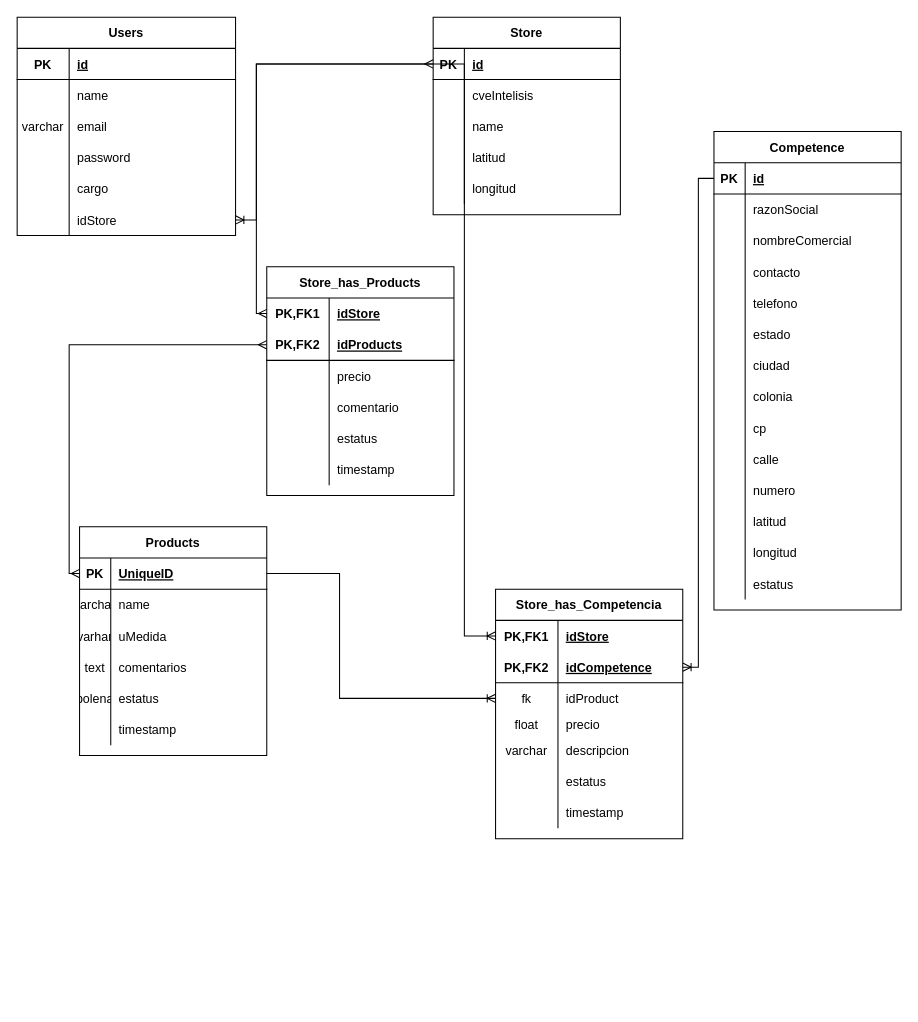
rrpovando/ProyectoDB keeps this draw.io diagram as Proyecto.drawio. Above is the earlier version. Source tidied: cells renumbered, new cells numbered last; positions are measured from the earlier drawing's top-left corner, leaving out a move shared by most shapes. Both pictures are drawn from the tidied source at 104%, with x=0, y=0 at pixel (17, 17).
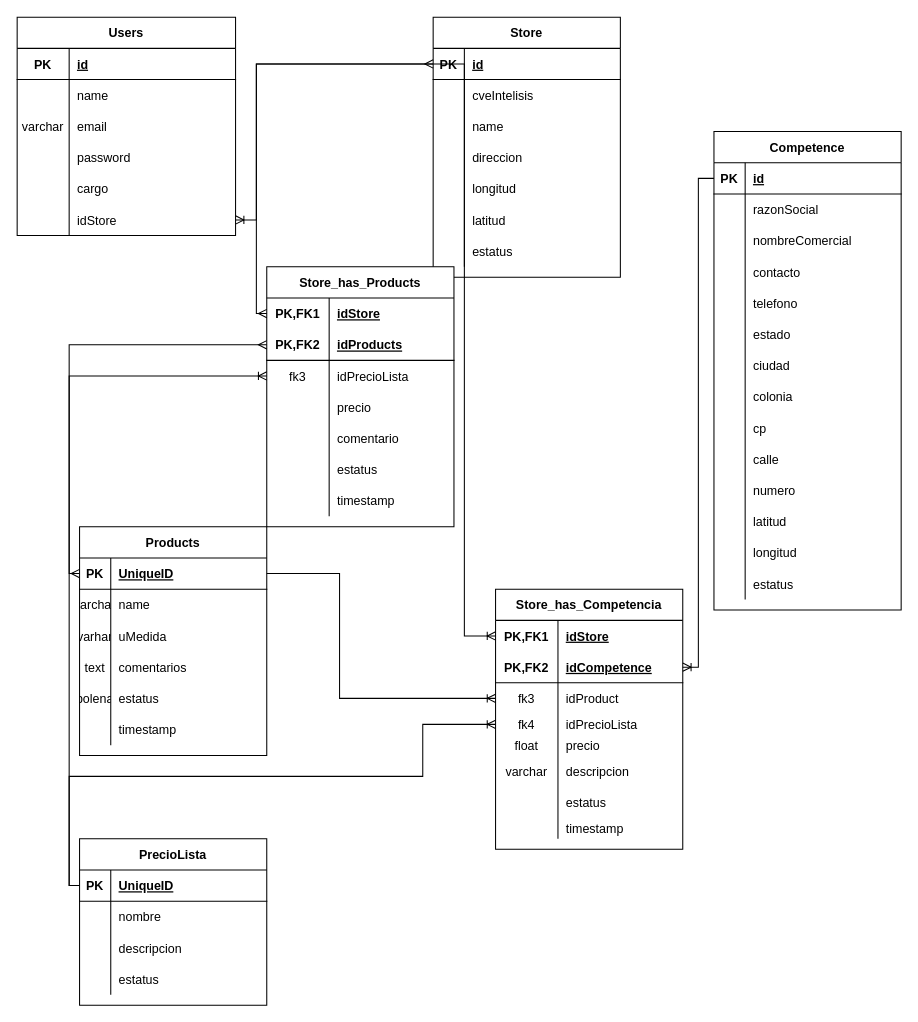
After the change.

The change refers to these unchanged cells:
```xml
<mxCell id="31" style="shape=tableRow;horizontal=0;startSize=0;swimlaneHead=0;swimlaneBody=0;fillColor=none;top=0;left=0;right=0;bottom=0;" parent="21" vertex="1">
  <mxGeometry y="120" width="180" height="30" as="geometry" />
</mxCell>
<mxCell id="107" style="shape=tableRow;horizontal=0;startSize=0;swimlaneHead=0;swimlaneBody=0;fillColor=none;points=[[0,0.5],[1,0.5]];portConstraint=eastwest;top=0;left=0;right=0;bottom=0;" parent="100" vertex="1">
  <mxGeometry y="90" width="180" height="30" as="geometry" />
</mxCell>
<mxCell id="110" style="shape=tableRow;horizontal=0;startSize=0;swimlaneHead=0;swimlaneBody=0;fillColor=none;points=[[0,0.5],[1,0.5]];portConstraint=eastwest;top=0;left=0;right=0;bottom=0;" parent="100" vertex="1">
  <mxGeometry y="120" width="180" height="20" as="geometry" />
</mxCell>
<mxCell id="129" style="shape=tableRow;horizontal=0;startSize=0;swimlaneHead=0;swimlaneBody=0;fillColor=none;points=[[0,0.5],[1,0.5]];portConstraint=eastwest;top=0;left=0;right=0;bottom=0;labelBackgroundColor=default;" parent="122" vertex="1">
  <mxGeometry y="90" width="180" height="30" as="geometry" />
</mxCell>
<mxCell id="132" style="shape=tableRow;horizontal=0;startSize=0;swimlaneHead=0;swimlaneBody=0;fillColor=none;top=0;left=0;right=0;bottom=0;labelBackgroundColor=default;" parent="122" vertex="1">
  <mxGeometry y="120" width="180" height="30" as="geometry" />
</mxCell>
<mxCell id="135" style="shape=tableRow;horizontal=0;startSize=0;swimlaneHead=0;swimlaneBody=0;fillColor=none;top=0;left=0;right=0;bottom=0;labelBackgroundColor=default;" parent="122" vertex="1">
  <mxGeometry y="150" width="180" height="30" as="geometry" />
</mxCell>
<mxCell id="138" style="shape=tableRow;horizontal=0;startSize=0;swimlaneHead=0;swimlaneBody=0;fillColor=none;top=0;left=0;right=0;bottom=0;labelBackgroundColor=default;" parent="122" vertex="1">
  <mxGeometry y="180" width="180" height="30" as="geometry" />
</mxCell>
```

The edit, as a diff of the source:
```diff
@@
     <mxCell id="21" value="Store" style="shape=table;startSize=30;childLayout=tableLayout;rowLines=0;fontStyle=1;align=center;" parent="1" vertex="1">
-      <mxGeometry x="400" width="180" height="190" as="geometry" />
+      <mxGeometry x="400" width="180" height="250" as="geometry" />
     </mxCell>
@@
-    <mxCell id="33" value="latitud" style="shape=partialRectangle;fillColor=none;top=0;left=0;bottom=0;right=0;align=left;spacingLeft=6;overflow=hidden;" parent="31" vertex="1">
+    <mxCell id="33" value="direccion" style="shape=partialRectangle;fillColor=none;top=0;left=0;bottom=0;right=0;align=left;spacingLeft=6;overflow=hidden;" parent="31" vertex="1">
       <mxGeometry x="30" width="150" height="30" as="geometry" />
     </mxCell>
@@
+    <mxCell id="146" style="shape=tableRow;horizontal=0;startSize=0;swimlaneHead=0;swimlaneBody=0;fillColor=none;top=0;left=0;right=0;bottom=0;" parent="21" vertex="1">
+      <mxGeometry y="180" width="180" height="30" as="geometry" />
+    </mxCell>
+    <mxCell id="147" style="shape=partialRectangle;fillColor=none;top=0;left=0;bottom=0;right=0;overflow=hidden;" parent="146" vertex="1">
+      <mxGeometry width="30" height="30" as="geometry" />
+    </mxCell>
+    <mxCell id="148" value="latitud" style="shape=partialRectangle;fillColor=none;top=0;left=0;bottom=0;right=0;align=left;spacingLeft=6;overflow=hidden;" parent="146" vertex="1">
+      <mxGeometry x="30" width="150" height="30" as="geometry" />
+    </mxCell>
+    <mxCell id="149" style="shape=tableRow;horizontal=0;startSize=0;swimlaneHead=0;swimlaneBody=0;fillColor=none;top=0;left=0;right=0;bottom=0;" parent="21" vertex="1">
+      <mxGeometry y="210" width="180" height="30" as="geometry" />
+    </mxCell>
+    <mxCell id="150" style="shape=partialRectangle;fillColor=none;top=0;left=0;bottom=0;right=0;overflow=hidden;" parent="149" vertex="1">
+      <mxGeometry width="30" height="30" as="geometry" />
+    </mxCell>
+    <mxCell id="151" value="estatus" style="shape=partialRectangle;fillColor=none;top=0;left=0;bottom=0;right=0;align=left;spacingLeft=6;overflow=hidden;" parent="149" vertex="1">
+      <mxGeometry x="30" width="150" height="30" as="geometry" />
+    </mxCell>
@@
     <mxCell id="100" value="Store_has_Competencia" style="shape=table;startSize=30;childLayout=tableLayout;rowLines=0;fontStyle=1;align=center;labelBackgroundColor=default;" parent="1" vertex="1">
-      <mxGeometry x="460" y="550" width="180" height="240" as="geometry" />
+      <mxGeometry x="460" y="550" width="180" height="250" as="geometry" />
     </mxCell>
@@
-    <mxCell id="108" value="fk" style="shape=partialRectangle;fillColor=none;top=0;left=0;bottom=0;right=0;overflow=hidden;" parent="107" vertex="1">
+    <mxCell id="108" value="fk3" style="shape=partialRectangle;fillColor=none;top=0;left=0;bottom=0;right=0;overflow=hidden;" parent="107" vertex="1">
       <mxGeometry width="60" height="30" as="geometry" />
     </mxCell>
@@
-    <mxCell id="111" value="float" style="shape=partialRectangle;fillColor=none;top=0;left=0;bottom=0;right=0;overflow=hidden;" parent="110" vertex="1">
+    <mxCell id="111" value="fk4" style="shape=partialRectangle;fillColor=none;top=0;left=0;bottom=0;right=0;overflow=hidden;" parent="110" vertex="1">
       <mxGeometry width="60" height="20" as="geometry" />
     </mxCell>
-    <mxCell id="112" value="precio" style="shape=partialRectangle;fillColor=none;top=0;left=0;bottom=0;right=0;align=left;spacingLeft=6;overflow=hidden;" parent="110" vertex="1">
+    <mxCell id="112" value="idPrecioLista" style="shape=partialRectangle;fillColor=none;top=0;left=0;bottom=0;right=0;align=left;spacingLeft=6;overflow=hidden;" parent="110" vertex="1">
       <mxGeometry x="60" width="120" height="20" as="geometry" />
     </mxCell>
+    <mxCell id="152" style="shape=tableRow;horizontal=0;startSize=0;swimlaneHead=0;swimlaneBody=0;fillColor=none;top=0;left=0;right=0;bottom=0;" parent="100" vertex="1">
+      <mxGeometry y="140" width="180" height="20" as="geometry" />
+    </mxCell>
+    <mxCell id="153" value="float" style="shape=partialRectangle;fillColor=none;top=0;left=0;bottom=0;right=0;overflow=hidden;" parent="152" vertex="1">
+      <mxGeometry width="60" height="20" as="geometry" />
+    </mxCell>
+    <mxCell id="154" value="precio" style="shape=partialRectangle;fillColor=none;top=0;left=0;bottom=0;right=0;align=left;spacingLeft=6;overflow=hidden;" parent="152" vertex="1">
+      <mxGeometry x="60" width="120" height="20" as="geometry" />
+    </mxCell>
     <mxCell id="113" style="shape=tableRow;horizontal=0;startSize=0;swimlaneHead=0;swimlaneBody=0;fillColor=none;top=0;left=0;right=0;bottom=0;" parent="100" vertex="1">
-      <mxGeometry y="140" width="180" height="30" as="geometry" />
+      <mxGeometry y="160" width="180" height="30" as="geometry" />
     </mxCell>
@@
     <mxCell id="116" style="shape=tableRow;horizontal=0;startSize=0;swimlaneHead=0;swimlaneBody=0;fillColor=none;top=0;left=0;right=0;bottom=0;" parent="100" vertex="1">
-      <mxGeometry y="170" width="180" height="30" as="geometry" />
+      <mxGeometry y="190" width="180" height="30" as="geometry" />
     </mxCell>
@@
     <mxCell id="119" style="shape=tableRow;horizontal=0;startSize=0;swimlaneHead=0;swimlaneBody=0;fillColor=none;top=0;left=0;right=0;bottom=0;" parent="100" vertex="1">
-      <mxGeometry y="200" width="180" height="30" as="geometry" />
+      <mxGeometry y="220" width="180" height="20" as="geometry" />
     </mxCell>
     <mxCell id="120" style="shape=partialRectangle;fillColor=none;top=0;left=0;bottom=0;right=0;overflow=hidden;" parent="119" vertex="1">
-      <mxGeometry width="60" height="30" as="geometry" />
+      <mxGeometry width="60" height="20" as="geometry" />
     </mxCell>
     <mxCell id="121" value="timestamp" style="shape=partialRectangle;fillColor=none;top=0;left=0;bottom=0;right=0;align=left;spacingLeft=6;overflow=hidden;" parent="119" vertex="1">
-      <mxGeometry x="60" width="120" height="30" as="geometry" />
+      <mxGeometry x="60" width="120" height="20" as="geometry" />
     </mxCell>
     <mxCell id="122" value="Store_has_Products" style="shape=table;startSize=30;childLayout=tableLayout;rowLines=0;fontStyle=1;align=center;labelBackgroundColor=default;" parent="1" vertex="1">
-      <mxGeometry x="240" y="240" width="180" height="220" as="geometry" />
+      <mxGeometry x="240" y="240" width="180" height="250" as="geometry" />
     </mxCell>
@@
-    <mxCell id="130" style="shape=partialRectangle;fillColor=none;top=0;left=0;bottom=0;right=0;overflow=hidden;labelBackgroundColor=default;" parent="129" vertex="1">
+    <mxCell id="130" value="fk3" style="shape=partialRectangle;fillColor=none;top=0;left=0;bottom=0;right=0;overflow=hidden;labelBackgroundColor=default;" parent="129" vertex="1">
       <mxGeometry width="60" height="30" as="geometry" />
     </mxCell>
-    <mxCell id="131" value="precio" style="shape=partialRectangle;fillColor=none;top=0;left=0;bottom=0;right=0;align=left;spacingLeft=6;overflow=hidden;labelBackgroundColor=default;" parent="129" vertex="1">
+    <mxCell id="131" value="idPrecioLista" style="shape=partialRectangle;fillColor=none;top=0;left=0;bottom=0;right=0;align=left;spacingLeft=6;overflow=hidden;labelBackgroundColor=default;" parent="129" vertex="1">
       <mxGeometry x="60" width="120" height="30" as="geometry" />
     </mxCell>
@@
-    <mxCell id="134" value="comentario" style="shape=partialRectangle;fillColor=none;top=0;left=0;bottom=0;right=0;align=left;spacingLeft=6;overflow=hidden;labelBackgroundColor=default;" parent="132" vertex="1">
+    <mxCell id="134" value="precio" style="shape=partialRectangle;fillColor=none;top=0;left=0;bottom=0;right=0;align=left;spacingLeft=6;overflow=hidden;labelBackgroundColor=default;" parent="132" vertex="1">
       <mxGeometry x="60" width="120" height="30" as="geometry" />
     </mxCell>
@@
-    <mxCell id="137" value="estatus" style="shape=partialRectangle;fillColor=none;top=0;left=0;bottom=0;right=0;align=left;spacingLeft=6;overflow=hidden;labelBackgroundColor=default;" parent="135" vertex="1">
+    <mxCell id="137" value="comentario" style="shape=partialRectangle;fillColor=none;top=0;left=0;bottom=0;right=0;align=left;spacingLeft=6;overflow=hidden;labelBackgroundColor=default;" parent="135" vertex="1">
       <mxGeometry x="60" width="120" height="30" as="geometry" />
     </mxCell>
@@
-    <mxCell id="140" value="timestamp" style="shape=partialRectangle;fillColor=none;top=0;left=0;bottom=0;right=0;align=left;spacingLeft=6;overflow=hidden;labelBackgroundColor=default;" parent="138" vertex="1">
+    <mxCell id="140" value="estatus" style="shape=partialRectangle;fillColor=none;top=0;left=0;bottom=0;right=0;align=left;spacingLeft=6;overflow=hidden;labelBackgroundColor=default;" parent="138" vertex="1">
       <mxGeometry x="60" width="120" height="30" as="geometry" />
     </mxCell>
+    <mxCell id="155" style="shape=tableRow;horizontal=0;startSize=0;swimlaneHead=0;swimlaneBody=0;fillColor=none;top=0;left=0;right=0;bottom=0;labelBackgroundColor=default;" parent="122" vertex="1">
+      <mxGeometry y="210" width="180" height="30" as="geometry" />
+    </mxCell>
+    <mxCell id="156" style="shape=partialRectangle;fillColor=none;top=0;left=0;bottom=0;right=0;overflow=hidden;labelBackgroundColor=default;" parent="155" vertex="1">
+      <mxGeometry width="60" height="30" as="geometry" />
+    </mxCell>
+    <mxCell id="157" value="timestamp" style="shape=partialRectangle;fillColor=none;top=0;left=0;bottom=0;right=0;align=left;spacingLeft=6;overflow=hidden;labelBackgroundColor=default;" parent="155" vertex="1">
+      <mxGeometry x="60" width="120" height="30" as="geometry" />
+    </mxCell>
@@
+    <mxCell id="158" value="PrecioLista" style="shape=table;startSize=30;childLayout=tableLayout;rowLines=0;fontStyle=1;align=center;labelBackgroundColor=default;" parent="1" vertex="1">
+      <mxGeometry x="60" y="790" width="180" height="160" as="geometry" />
+    </mxCell>
+    <mxCell id="159" style="shape=tableRow;horizontal=0;startSize=0;swimlaneHead=0;swimlaneBody=0;fillColor=none;points=[[0,0.5],[1,0.5]];portConstraint=eastwest;top=0;left=0;right=0;bottom=1;labelBackgroundColor=default;" parent="158" vertex="1">
+      <mxGeometry y="30" width="180" height="30" as="geometry" />
+    </mxCell>
+    <mxCell id="160" value="PK" style="shape=partialRectangle;fillColor=none;top=0;left=0;bottom=0;right=0;fontStyle=1;overflow=hidden;labelBackgroundColor=default;" parent="159" vertex="1">
+      <mxGeometry width="30" height="30" as="geometry" />
+    </mxCell>
+    <mxCell id="161" value="UniqueID" style="shape=partialRectangle;fillColor=none;top=0;left=0;bottom=0;right=0;align=left;spacingLeft=6;fontStyle=5;overflow=hidden;labelBackgroundColor=default;" parent="159" vertex="1">
+      <mxGeometry x="30" width="150" height="30" as="geometry" />
+    </mxCell>
+    <mxCell id="162" style="shape=tableRow;horizontal=0;startSize=0;swimlaneHead=0;swimlaneBody=0;fillColor=none;top=0;left=0;right=0;bottom=0;labelBackgroundColor=default;" parent="158" vertex="1">
+      <mxGeometry y="60" width="180" height="30" as="geometry" />
+    </mxCell>
+    <mxCell id="163" style="shape=partialRectangle;fillColor=none;top=0;left=0;bottom=0;right=0;overflow=hidden;labelBackgroundColor=default;" parent="162" vertex="1">
+      <mxGeometry width="30" height="30" as="geometry" />
+    </mxCell>
+    <mxCell id="164" value="nombre" style="shape=partialRectangle;fillColor=none;top=0;left=0;bottom=0;right=0;align=left;spacingLeft=6;overflow=hidden;labelBackgroundColor=default;" parent="162" vertex="1">
+      <mxGeometry x="30" width="150" height="30" as="geometry" />
+    </mxCell>
+    <mxCell id="165" style="shape=tableRow;horizontal=0;startSize=0;swimlaneHead=0;swimlaneBody=0;fillColor=none;top=0;left=0;right=0;bottom=0;labelBackgroundColor=default;" parent="158" vertex="1">
+      <mxGeometry y="90" width="180" height="30" as="geometry" />
+    </mxCell>
+    <mxCell id="166" style="shape=partialRectangle;fillColor=none;top=0;left=0;bottom=0;right=0;overflow=hidden;labelBackgroundColor=default;" parent="165" vertex="1">
+      <mxGeometry width="30" height="30" as="geometry" />
+    </mxCell>
+    <mxCell id="167" value="descripcion" style="shape=partialRectangle;fillColor=none;top=0;left=0;bottom=0;right=0;align=left;spacingLeft=6;overflow=hidden;labelBackgroundColor=default;" parent="165" vertex="1">
+      <mxGeometry x="30" width="150" height="30" as="geometry" />
+    </mxCell>
+    <mxCell id="168" style="shape=tableRow;horizontal=0;startSize=0;swimlaneHead=0;swimlaneBody=0;fillColor=none;top=0;left=0;right=0;bottom=0;labelBackgroundColor=default;" parent="158" vertex="1">
+      <mxGeometry y="120" width="180" height="30" as="geometry" />
+    </mxCell>
+    <mxCell id="169" style="shape=partialRectangle;fillColor=none;top=0;left=0;bottom=0;right=0;overflow=hidden;labelBackgroundColor=default;" parent="168" vertex="1">
+      <mxGeometry width="30" height="30" as="geometry" />
+    </mxCell>
+    <mxCell id="170" value="estatus" style="shape=partialRectangle;fillColor=none;top=0;left=0;bottom=0;right=0;align=left;spacingLeft=6;overflow=hidden;labelBackgroundColor=default;" parent="168" vertex="1">
+      <mxGeometry x="30" width="150" height="30" as="geometry" />
+    </mxCell>
+    <mxCell id="171" style="edgeStyle=orthogonalEdgeStyle;fontSize=12;html=1;endArrow=ERoneToMany;rounded=0;exitX=0;exitY=0.5;exitDx=0;exitDy=0;entryX=0;entryY=0.5;entryDx=0;entryDy=0;" parent="1" edge="1" source="159" target="110">
+      <mxGeometry relative="1" as="geometry">
+        <Array as="points">
+          <mxPoint x="50" y="835" />
+          <mxPoint x="50" y="730" />
+          <mxPoint x="390" y="730" />
+          <mxPoint x="390" y="680" />
+        </Array>
+      </mxGeometry>
+    </mxCell>
+    <mxCell id="172" style="edgeStyle=orthogonalEdgeStyle;fontSize=12;html=1;endArrow=ERoneToMany;rounded=0;exitX=0;exitY=0.5;exitDx=0;exitDy=0;entryX=0;entryY=0.5;entryDx=0;entryDy=0;" parent="1" edge="1" source="159" target="129">
+      <mxGeometry relative="1" as="geometry" />
+    </mxCell>
```
